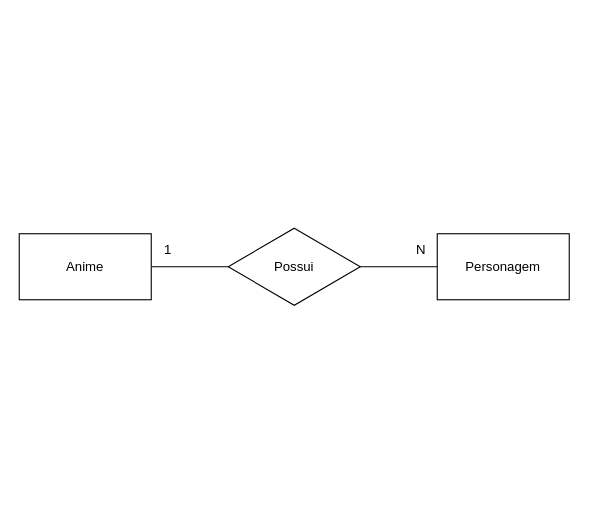
FelipeOropeza/APIKitsu keeps this draw.io diagram as Mer.drawio. Above is the earlier version. Source tidied: cells renumbered, new cells numbered last; positions are measured from the earlier drawing's top-left corner, leaving out a move shared by most shapes. Both pictures are drawn from the tidied source at 110%, with x=0, y=0 at pixel (19, 228).
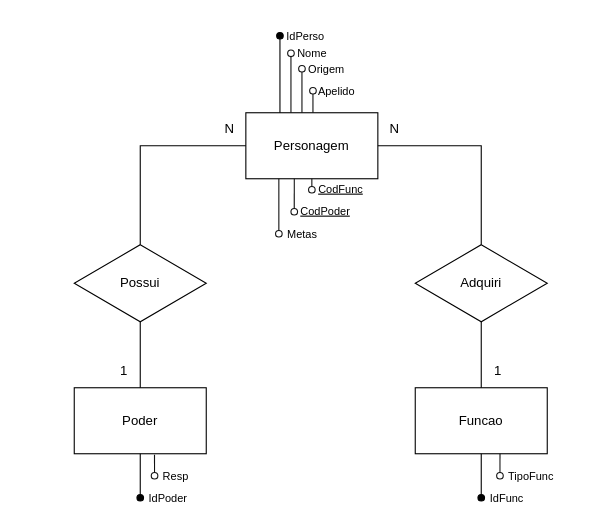
The same page after the edit.

Change to the diagram source:
```diff
@@
-    <mxCell id="2" style="edgeStyle=orthogonalEdgeStyle;rounded=0;jettySize=auto;html=1;endArrow=none;endFill=0;" parent="1" edge="1" source="3" target="6">
-      <mxGeometry relative="1" as="geometry" />
-    </mxCell>
-    <mxCell id="3" value="Anime" style="rounded=0;whiteSpace=wrap;html=1;" parent="1" vertex="1">
-      <mxGeometry y="5" width="120" height="60" as="geometry" />
+    <mxCell id="3" value="Funcao" style="rounded=0;whiteSpace=wrap;html=1;" parent="1" vertex="1">
+      <mxGeometry x="360" y="145" width="120" height="60" as="geometry" />
     </mxCell>
-    <mxCell id="4" style="edgeStyle=orthogonalEdgeStyle;rounded=0;jettySize=auto;html=1;endArrow=none;endFill=0;" parent="1" edge="1" source="5" target="6">
-      <mxGeometry relative="1" as="geometry" />
-    </mxCell>
     <mxCell id="5" value="Personagem" style="rounded=0;whiteSpace=wrap;html=1;" parent="1" vertex="1">
-      <mxGeometry x="380" y="5" width="120" height="60" as="geometry" />
+      <mxGeometry x="206" y="-105" width="120" height="60" as="geometry" />
     </mxCell>
+    <mxCell id="9" style="edgeStyle=orthogonalEdgeStyle;rounded=0;jettySize=auto;html=1;exitX=0.5;exitY=0;exitDx=0;exitDy=0;entryX=1;entryY=0.5;entryDx=0;entryDy=0;endArrow=none;endFill=0;" parent="1" edge="1" source="6" target="5">
+      <mxGeometry relative="1" as="geometry" />
+    </mxCell>
+    <mxCell id="10" style="edgeStyle=orthogonalEdgeStyle;rounded=0;jettySize=auto;html=1;exitX=0.5;exitY=1;exitDx=0;exitDy=0;entryX=0.5;entryY=0;entryDx=0;entryDy=0;endArrow=none;endFill=0;" parent="1" edge="1" source="6" target="3">
+      <mxGeometry relative="1" as="geometry" />
+    </mxCell>
-    <mxCell id="6" value="Possui" style="rhombus;whiteSpace=wrap;html=1;" parent="1" vertex="1">
-      <mxGeometry x="190" width="120" height="70" as="geometry" />
+    <mxCell id="6" value="Adquiri" style="rhombus;whiteSpace=wrap;html=1;" parent="1" vertex="1">
+      <mxGeometry x="360" y="15" width="120" height="70" as="geometry" />
     </mxCell>
     <mxCell id="7" value="1" style="text;html=1;align=center;verticalAlign=middle;strokeColor=none;fillColor=none;" parent="1" vertex="1">
-      <mxGeometry x="120" y="5" width="30" height="30" as="geometry" />
+      <mxGeometry x="80" y="115" width="30" height="30" as="geometry" />
     </mxCell>
     <mxCell id="8" value="N" style="text;html=1;align=center;verticalAlign=middle;strokeColor=none;fillColor=none;" parent="1" vertex="1">
-      <mxGeometry x="350" y="5" width="30" height="30" as="geometry" />
+      <mxGeometry x="176" y="-105" width="30" height="30" as="geometry" />
     </mxCell>
+    <mxCell id="11" value="Poder" style="rounded=0;whiteSpace=wrap;html=1;" parent="1" vertex="1">
+      <mxGeometry x="50" y="145" width="120" height="60" as="geometry" />
+    </mxCell>
+    <mxCell id="12" style="edgeStyle=orthogonalEdgeStyle;rounded=0;jettySize=auto;html=1;exitX=0.5;exitY=0;exitDx=0;exitDy=0;entryX=0;entryY=0.5;entryDx=0;entryDy=0;endArrow=none;endFill=0;" parent="1" edge="1" source="14" target="5">
+      <mxGeometry relative="1" as="geometry" />
+    </mxCell>
+    <mxCell id="13" style="edgeStyle=orthogonalEdgeStyle;rounded=0;jettySize=auto;html=1;exitX=0.5;exitY=1;exitDx=0;exitDy=0;entryX=0.5;entryY=0;entryDx=0;entryDy=0;endArrow=none;endFill=0;" parent="1" edge="1" source="14" target="11">
+      <mxGeometry relative="1" as="geometry" />
+    </mxCell>
+    <mxCell id="14" value="Possui" style="rhombus;whiteSpace=wrap;html=1;" parent="1" vertex="1">
+      <mxGeometry x="50" y="15" width="120" height="70" as="geometry" />
+    </mxCell>
+    <mxCell id="15" value="N" style="text;html=1;align=center;verticalAlign=middle;strokeColor=none;fillColor=none;" parent="1" vertex="1">
+      <mxGeometry x="326" y="-105" width="30" height="30" as="geometry" />
+    </mxCell>
+    <mxCell id="16" value="1" style="text;html=1;align=center;verticalAlign=middle;strokeColor=none;fillColor=none;" parent="1" vertex="1">
+      <mxGeometry x="420" y="115" width="30" height="30" as="geometry" />
+    </mxCell>
+    <mxCell id="17" style="endArrow=none;html=1;rounded=0;entryX=0.25;entryY=0;entryDx=0;entryDy=0;endFill=0;startArrow=oval;startFill=1;" parent="1" edge="1">
+      <mxGeometry relative="1" as="geometry">
+        <mxPoint x="237" y="-175" as="sourcePoint" />
+        <mxPoint x="237" y="-105" as="targetPoint" />
+      </mxGeometry>
+    </mxCell>
+    <mxCell id="18" value="IdPerso" style="text;html=1;align=center;verticalAlign=middle;strokeColor=none;fillColor=none;fontSize=10;" parent="1" vertex="1">
+      <mxGeometry x="230" y="-190" width="60" height="30" as="geometry" />
+    </mxCell>
+    <mxCell id="19" style="endArrow=none;html=1;rounded=0;endFill=0;startArrow=oval;startFill=0;strokeColor=#121212;" parent="1" edge="1">
+      <mxGeometry relative="1" as="geometry">
+        <mxPoint x="247" y="-159" as="sourcePoint" />
+        <mxPoint x="247" y="-105" as="targetPoint" />
+      </mxGeometry>
+    </mxCell>
+    <mxCell id="20" value="Nome" style="text;html=1;align=center;verticalAlign=middle;strokeColor=none;fillColor=none;fontSize=10;" parent="1" vertex="1">
+      <mxGeometry x="241" y="-174" width="50" height="30" as="geometry" />
+    </mxCell>
+    <mxCell id="21" style="endArrow=none;html=1;rounded=0;endFill=0;startArrow=oval;startFill=0;strokeColor=#121212;" parent="1" edge="1">
+      <mxGeometry relative="1" as="geometry">
+        <mxPoint x="257" y="-145" as="sourcePoint" />
+        <mxPoint x="257" y="-105" as="targetPoint" />
+      </mxGeometry>
+    </mxCell>
+    <mxCell id="22" value="Origem" style="text;html=1;align=center;verticalAlign=middle;strokeColor=none;fillColor=none;fontSize=10;" parent="1" vertex="1">
+      <mxGeometry x="249" y="-160" width="60" height="30" as="geometry" />
+    </mxCell>
+    <mxCell id="23" style="endArrow=none;html=1;rounded=0;endFill=0;startArrow=oval;startFill=0;strokeColor=#121212;" parent="1" edge="1">
+      <mxGeometry relative="1" as="geometry">
+        <mxPoint x="267" y="-125" as="sourcePoint" />
+        <mxPoint x="267" y="-105" as="targetPoint" />
+      </mxGeometry>
+    </mxCell>
+    <mxCell id="24" value="Apelido" style="text;html=1;align=left;verticalAlign=middle;strokeColor=none;fillColor=none;fontSize=10;" parent="1" vertex="1">
+      <mxGeometry x="270" y="-140" width="60" height="30" as="geometry" />
+    </mxCell>
+    <mxCell id="25" style="endArrow=none;html=1;rounded=0;endFill=0;startArrow=oval;startFill=0;strokeColor=#121212;entryX=0.25;entryY=1;entryDx=0;entryDy=0;" parent="1" edge="1" target="5">
+      <mxGeometry relative="1" as="geometry">
+        <mxPoint x="236" y="5" as="sourcePoint" />
+      </mxGeometry>
+    </mxCell>
+    <mxCell id="26" value="Metas" style="text;html=1;align=center;verticalAlign=middle;strokeColor=none;fillColor=none;fontSize=10;" parent="1" vertex="1">
+      <mxGeometry x="232" y="-10" width="50" height="30" as="geometry" />
+    </mxCell>
+    <mxCell id="27" style="endArrow=none;html=1;rounded=0;endFill=0;startArrow=oval;startFill=0;strokeColor=#121212;entryX=0.367;entryY=1;entryDx=0;entryDy=0;entryPerimeter=0;" parent="1" edge="1" target="5">
+      <mxGeometry relative="1" as="geometry">
+        <mxPoint x="250" y="-15" as="sourcePoint" />
+      </mxGeometry>
+    </mxCell>
+    <mxCell id="28" value="CodPoder" style="text;html=1;align=center;verticalAlign=middle;strokeColor=none;fillColor=none;fontSize=10;fontStyle=4;" parent="1" vertex="1">
+      <mxGeometry x="243" y="-31" width="70" height="30" as="geometry" />
+    </mxCell>
+    <mxCell id="29" style="endArrow=none;html=1;rounded=0;endFill=0;startArrow=oval;startFill=0;strokeColor=#121212;entryX=0.5;entryY=1;entryDx=0;entryDy=0;" parent="1" edge="1" target="5">
+      <mxGeometry relative="1" as="geometry">
+        <mxPoint x="266" y="-35" as="sourcePoint" />
+      </mxGeometry>
+    </mxCell>
+    <mxCell id="30" value="CodFunc" style="text;html=1;align=center;verticalAlign=middle;strokeColor=none;fillColor=none;fontSize=10;fontStyle=4;" parent="1" vertex="1">
+      <mxGeometry x="262" y="-51" width="60" height="30" as="geometry" />
+    </mxCell>
+    <mxCell id="31" style="endArrow=none;html=1;rounded=0;endFill=0;startArrow=oval;startFill=1;entryX=0.5;entryY=1;entryDx=0;entryDy=0;" parent="1" edge="1" target="11">
+      <mxGeometry relative="1" as="geometry">
+        <mxPoint x="110" y="245" as="sourcePoint" />
+      </mxGeometry>
+    </mxCell>
+    <mxCell id="32" value="IdPoder" style="text;html=1;align=center;verticalAlign=middle;strokeColor=none;fillColor=none;fontSize=10;" parent="1" vertex="1">
+      <mxGeometry x="105" y="230" width="60" height="30" as="geometry" />
+    </mxCell>
+    <mxCell id="33" style="endArrow=none;html=1;rounded=0;endFill=0;startArrow=oval;startFill=0;strokeColor=#121212;entryX=0.608;entryY=1.017;entryDx=0;entryDy=0;entryPerimeter=0;" parent="1" edge="1" target="11">
+      <mxGeometry relative="1" as="geometry">
+        <mxPoint x="123" y="225" as="sourcePoint" />
+      </mxGeometry>
+    </mxCell>
+    <mxCell id="34" value="Resp" style="text;html=1;align=center;verticalAlign=middle;strokeColor=none;fillColor=none;fontSize=10;" parent="1" vertex="1">
+      <mxGeometry x="117" y="210" width="50" height="30" as="geometry" />
+    </mxCell>
+    <mxCell id="35" style="endArrow=none;html=1;rounded=0;endFill=0;startArrow=oval;startFill=1;entryX=0.5;entryY=1;entryDx=0;entryDy=0;" parent="1" edge="1" target="3">
+      <mxGeometry relative="1" as="geometry">
+        <mxPoint x="420" y="245" as="sourcePoint" />
+      </mxGeometry>
+    </mxCell>
+    <mxCell id="36" value="IdFunc" style="text;html=1;align=center;verticalAlign=middle;strokeColor=none;fillColor=none;fontSize=10;" parent="1" vertex="1">
+      <mxGeometry x="418" y="230" width="50" height="30" as="geometry" />
+    </mxCell>
+    <mxCell id="37" style="endArrow=none;html=1;rounded=0;endFill=0;startArrow=oval;startFill=0;strokeColor=#121212;entryX=0.642;entryY=1;entryDx=0;entryDy=0;entryPerimeter=0;" parent="1" edge="1" target="3">
+      <mxGeometry relative="1" as="geometry">
+        <mxPoint x="437" y="225" as="sourcePoint" />
+      </mxGeometry>
+    </mxCell>
+    <mxCell id="38" value="TipoFunc" style="text;html=1;align=center;verticalAlign=middle;strokeColor=none;fillColor=none;fontSize=10;" parent="1" vertex="1">
+      <mxGeometry x="435" y="210" width="60" height="30" as="geometry" />
+    </mxCell>
```
